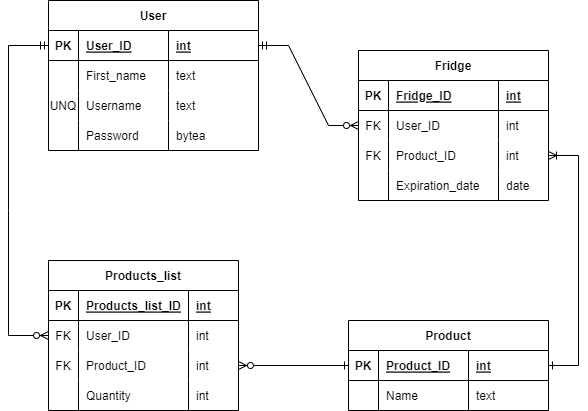
Before: Project Diagrams/Entity relationship diagram.png, a diagram exported from draw.io (Ka3wo123/RecipesApp). Source tidied: cells renumbered, new cells last; positions are measured from the earlier drawing's top-left corner, leaving out a move shared by most shapes.
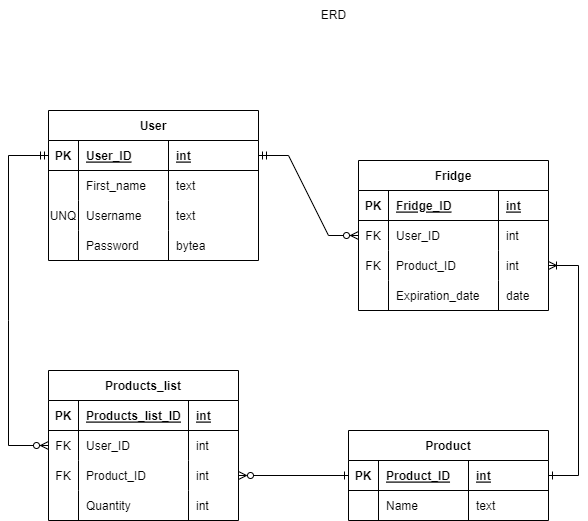
The same diagram one commit later.

What changed in the source:
```diff
@@ -200,5 +200,8 @@
     <mxCell id="65" style="fontSize=12;html=1;endArrow=ERone;endFill=0;rounded=0;exitX=1;exitY=0.5;exitDx=0;exitDy=0;entryX=0;entryY=0.5;entryDx=0;entryDy=0;startArrow=ERzeroToMany;startFill=0;" parent="1" edge="1" source="56" target="39">
       <mxGeometry relative="1" as="geometry" />
     </mxCell>
+    <mxCell id="66" value="ERD" style="text;html=1;align=center;verticalAlign=middle;strokeColor=none;fillColor=none;" parent="1" vertex="1">
+      <mxGeometry x="300" y="-110" width="50" height="30" as="geometry" />
+    </mxCell>
   </root>
 </mxGraphModel>
```
